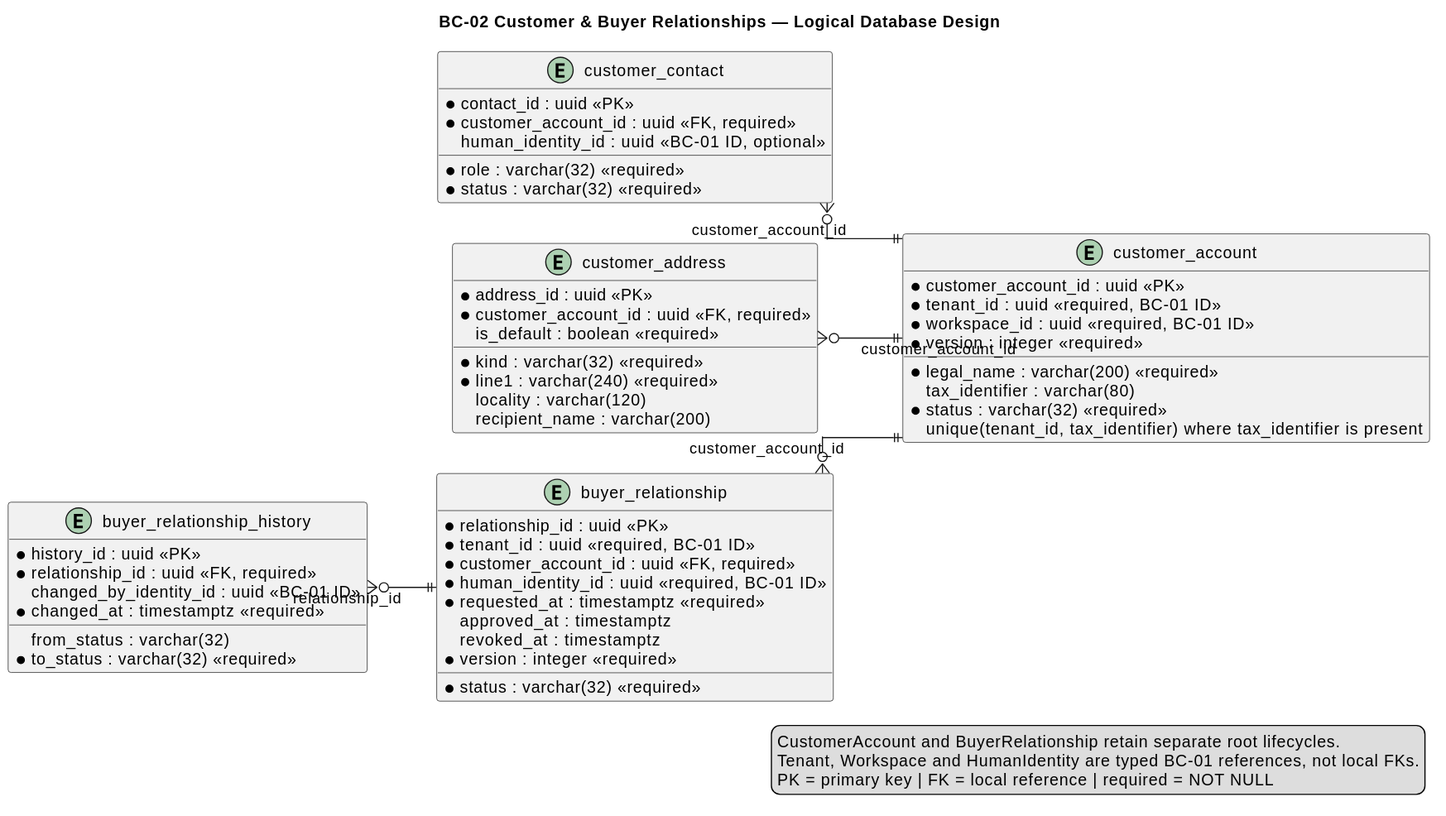
Earlier version of the PlantUML export report/assets/chapter-2/tactical/BC-02/database-diagram.svg (nexa-suite/mobile-report).
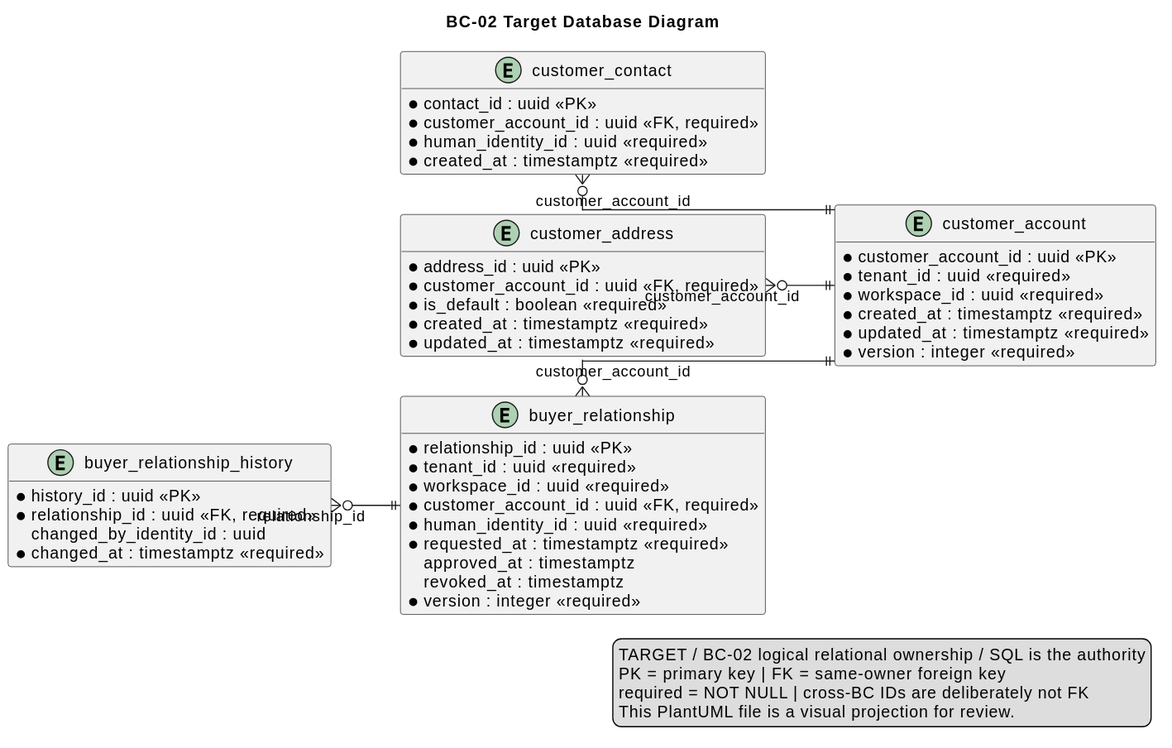
The same diagram one commit later.

Diff of the diagram source:
```diff
@@ -1,6 +1,7 @@
 @startuml
-title BC-02 Customer & Buyer Relationships — Logical Database Design
+title BC-02 Target Database Diagram
 left to right direction
+hide methods
 skinparam shadowing false
 skinparam linetype ortho
 skinparam entity {
@@ -9,40 +10,49 @@
   FontColor #0F172A
 }
 
-entity "customer_account" as customer_account {
+entity "customer_account" as t_customer_account {
   * customer_account_id : uuid <<PK>>
-  * tenant_id : uuid <<required, BC-01 ID>>
-  * workspace_id : uuid <<required, BC-01 ID>>
+  * tenant_id : uuid <<required>>
+  * workspace_id : uuid <<required>>
   * legal_name : varchar(200) <<required>>
     tax_identifier : varchar(80)
   * status : varchar(32) <<required>>
+  * created_at : timestamptz <<required>>
+  * updated_at : timestamptz <<required>>
   * version : integer <<required>>
-    unique(tenant_id, tax_identifier) where tax_identifier is present
 }
 
-entity "customer_contact" as customer_contact {
+entity "customer_contact" as t_customer_contact {
   * contact_id : uuid <<PK>>
   * customer_account_id : uuid <<FK, required>>
-    human_identity_id : uuid <<BC-01 ID, optional>>
+  * human_identity_id : uuid <<required>>
   * role : varchar(32) <<required>>
   * status : varchar(32) <<required>>
+  * created_at : timestamptz <<required>>
 }
 
-entity "customer_address" as customer_address {
+entity "customer_address" as t_customer_address {
   * address_id : uuid <<PK>>
   * customer_account_id : uuid <<FK, required>>
   * kind : varchar(32) <<required>>
   * line1 : varchar(240) <<required>>
-    locality : varchar(120)
+    line2 : varchar(240)
+    district_code : varchar(32)
+    province_code : varchar(32)
+    department_code : varchar(32)
+    postal_code : varchar(32)
     recipient_name : varchar(200)
-    is_default : boolean <<required>>
+  * is_default : boolean <<required>>
+  * created_at : timestamptz <<required>>
+  * updated_at : timestamptz <<required>>
 }
 
-entity "buyer_relationship" as buyer_relationship {
+entity "buyer_relationship" as t_buyer_relationship {
   * relationship_id : uuid <<PK>>
-  * tenant_id : uuid <<required, BC-01 ID>>
+  * tenant_id : uuid <<required>>
+  * workspace_id : uuid <<required>>
   * customer_account_id : uuid <<FK, required>>
-  * human_identity_id : uuid <<required, BC-01 ID>>
+  * human_identity_id : uuid <<required>>
   * status : varchar(32) <<required>>
   * requested_at : timestamptz <<required>>
     approved_at : timestamptz
@@ -50,23 +60,25 @@
   * version : integer <<required>>
 }
 
-entity "buyer_relationship_history" as relationship_history {
+entity "buyer_relationship_history" as t_buyer_relationship_history {
   * history_id : uuid <<PK>>
   * relationship_id : uuid <<FK, required>>
     from_status : varchar(32)
   * to_status : varchar(32) <<required>>
-    changed_by_identity_id : uuid <<BC-01 ID>>
+    reason : varchar(500)
+    changed_by_identity_id : uuid
   * changed_at : timestamptz <<required>>
 }
 
-customer_contact }o--|| customer_account : customer_account_id
-customer_address }o--|| customer_account : customer_account_id
-buyer_relationship }o--|| customer_account : customer_account_id
-relationship_history }o--|| buyer_relationship : relationship_id
+t_customer_contact }o--|| t_customer_account : customer_account_id
+t_customer_address }o--|| t_customer_account : customer_account_id
+t_buyer_relationship }o--|| t_customer_account : customer_account_id
+t_buyer_relationship_history }o--|| t_buyer_relationship : relationship_id
 
 legend right
-CustomerAccount and BuyerRelationship retain separate root lifecycles.
-Tenant, Workspace and HumanIdentity are typed BC-01 references, not local FKs.
-PK = primary key | FK = local reference | required = NOT NULL
+TARGET / BC-02 logical relational ownership / SQL is the authority
+PK = primary key | FK = same-owner foreign key
+required = NOT NULL | cross-BC IDs are deliberately not FK
+This PlantUML file is a visual projection for review.
 endlegend
 @enduml
```
